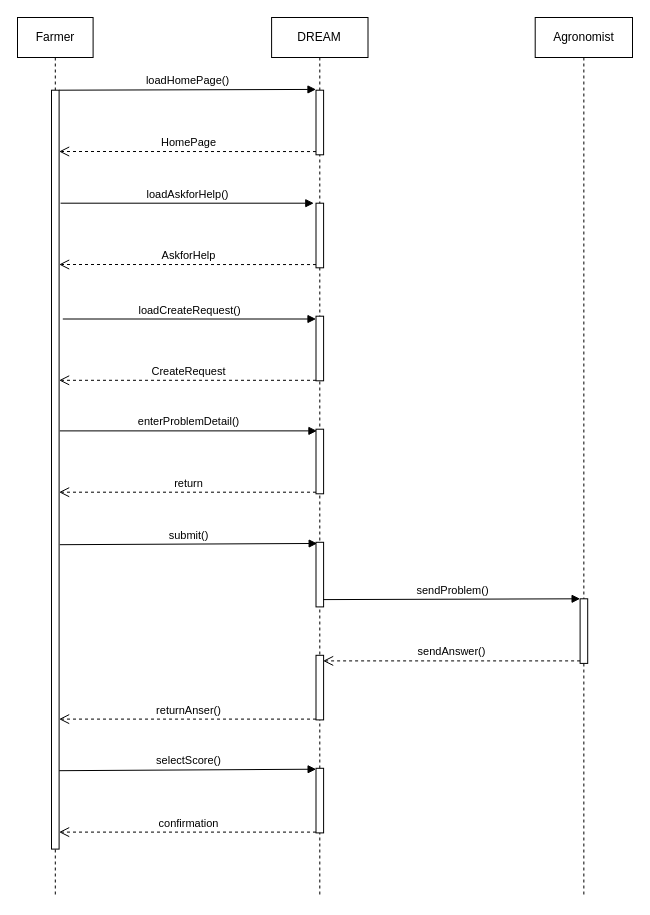
The draw.io diagram page "FarmerAskforHelp" (8 of 12) of RASD/diagrams/Sequence Diagram.drawio in ictar/DREAM-SE2-Project-2022, before the edit. Source tidied: cells renumbered, new cells numbered last; positions are measured from the earlier drawing's top-left corner, leaving out a move shared by most shapes. Both pictures are drawn from the tidied source at 100%, with x=0, y=0 at pixel (17, 17).
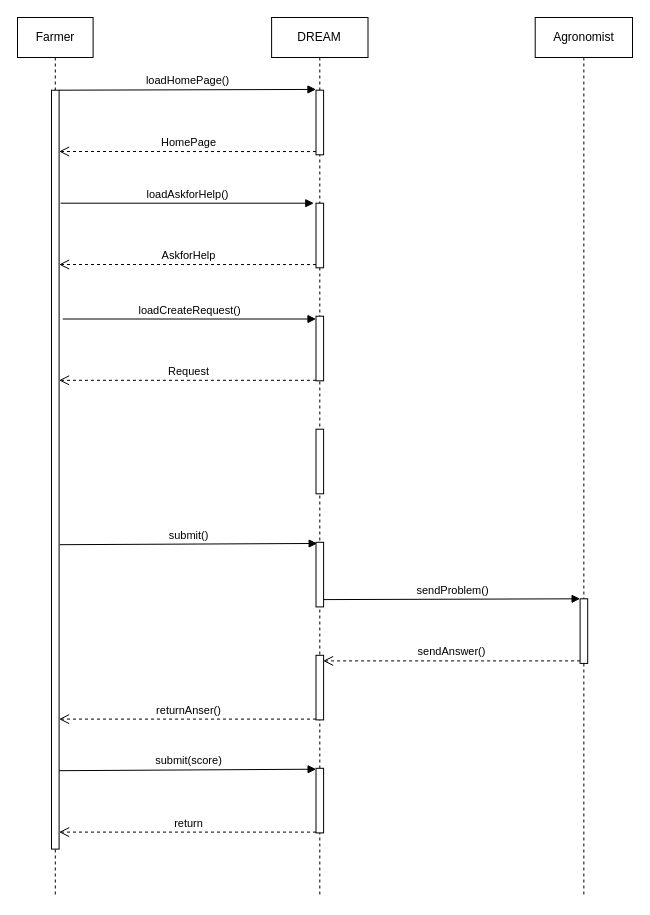
After the change.

Unchanged cells that the change refers to:
```xml
<mxCell id="2" style="group;" parent="1" vertex="1">
  <mxGeometry width="615" height="880" as="geometry" />
</mxCell>
<mxCell id="20" style="html=1;points=[];perimeter=orthogonalPerimeter;" parent="2" vertex="1">
  <mxGeometry x="298.5" y="411.7" width="7.6" height="64.6" as="geometry" />
</mxCell>
<mxCell id="23" style="html=1;points=[];perimeter=orthogonalPerimeter;" parent="2" vertex="1">
  <mxGeometry x="298.5" y="750.8" width="7.6" height="64.6" as="geometry" />
</mxCell>
```

Change to the diagram source:
```diff
@@
-    <mxCell id="10" value="CreateRequest" style="html=1;verticalAlign=bottom;endArrow=open;dashed=1;endSize=8;exitX=0;exitY=0.95;rounded=0;" parent="2" edge="1">
+    <mxCell id="10" value="Request" style="html=1;verticalAlign=bottom;endArrow=open;dashed=1;endSize=8;exitX=0;exitY=0.95;rounded=0;" parent="2" edge="1">
       <mxGeometry relative="1" as="geometry">
         <mxPoint x="298.5" y="362.8" as="sourcePoint" />
         <mxPoint x="41.6" y="362.8" as="targetPoint" />
       </mxGeometry>
     </mxCell>
@@
-    <mxCell id="12" value="return" style="html=1;verticalAlign=bottom;endArrow=open;dashed=1;endSize=8;exitX=0;exitY=0.95;rounded=0;" parent="2" edge="1">
-      <mxGeometry relative="1" as="geometry">
-        <mxPoint x="298.5" y="474.7" as="sourcePoint" />
-        <mxPoint x="41.6" y="474.7" as="targetPoint" />
-      </mxGeometry>
-    </mxCell>
-    <mxCell id="13" value="enterProblemDetail()" style="html=1;verticalAlign=bottom;endArrow=block;entryX=0.122;entryY=0.026;rounded=0;entryDx=0;entryDy=0;entryPerimeter=0;" parent="2" edge="1" target="20">
-      <mxGeometry relative="1" as="geometry">
-        <mxPoint x="42.3" y="413.4" as="sourcePoint" />
-      </mxGeometry>
-    </mxCell>
@@
-    <mxCell id="16" value="confirmation" style="html=1;verticalAlign=bottom;endArrow=open;dashed=1;endSize=8;exitX=0;exitY=0.95;rounded=0;" parent="2" edge="1">
+    <mxCell id="16" value="return" style="html=1;verticalAlign=bottom;endArrow=open;dashed=1;endSize=8;exitX=0;exitY=0.95;rounded=0;" parent="2" edge="1">
       <mxGeometry relative="1" as="geometry">
         <mxPoint x="298.5" y="814.6" as="sourcePoint" />
         <mxPoint x="41.6" y="814.6" as="targetPoint" />
       </mxGeometry>
     </mxCell>
-    <mxCell id="17" value="selectScore()" style="html=1;verticalAlign=bottom;endArrow=block;entryX=0.016;entryY=0.014;rounded=0;entryDx=0;entryDy=0;entryPerimeter=0;" parent="2" edge="1" target="23">
+    <mxCell id="17" value="submit(score)" style="html=1;verticalAlign=bottom;endArrow=block;entryX=0.016;entryY=0.014;rounded=0;entryDx=0;entryDy=0;entryPerimeter=0;" parent="2" edge="1" target="23">
       <mxGeometry relative="1" as="geometry">
         <mxPoint x="41.6" y="753.2" as="sourcePoint" />
       </mxGeometry>
     </mxCell>
```
